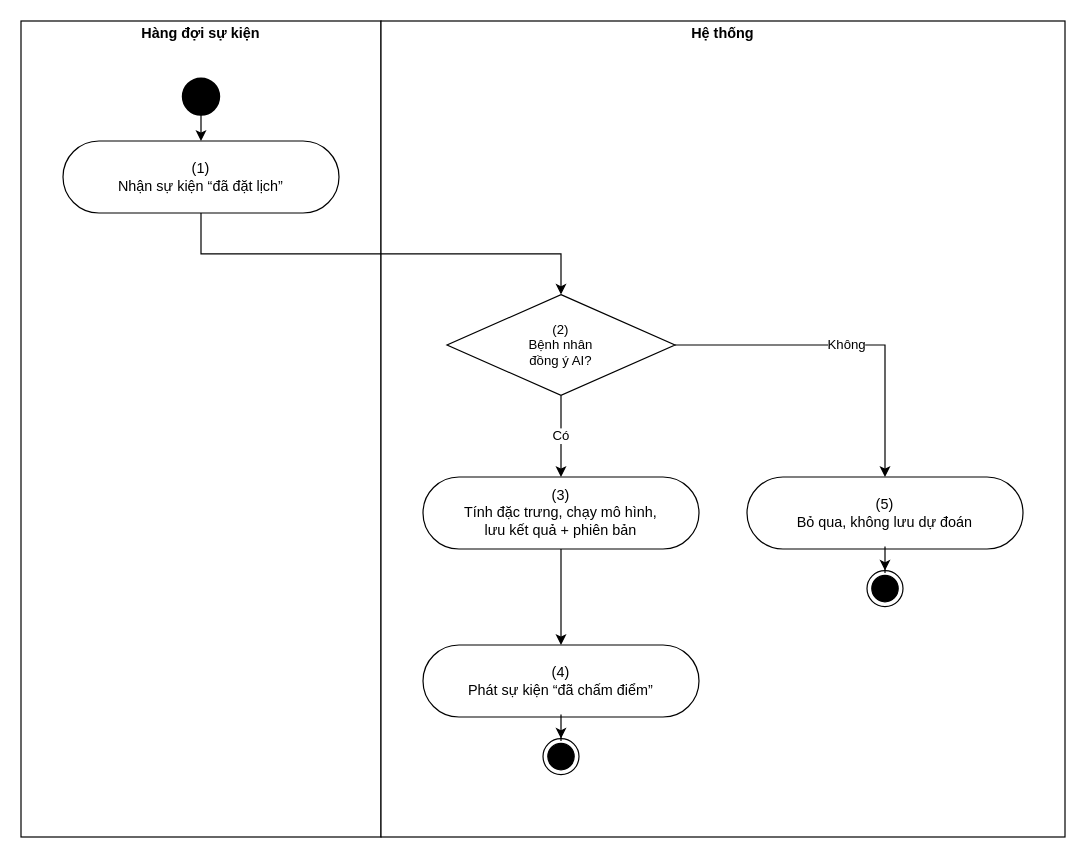
This is page "UC 53 Predict the no-show risk" (4 of 8) of docs/02-requirements/srs/dist/diagrams/10-activity-system.drawio from viethung12062005/smart-hospital-platform, a draw.io file, before an edit. Source tidied: cells renumbered, new cells numbered last; positions are measured from the earlier drawing's top-left corner, leaving out a move shared by most shapes. Both pictures are drawn from the tidied source at 120%, with x=0, y=0 at pixel (20, 20).
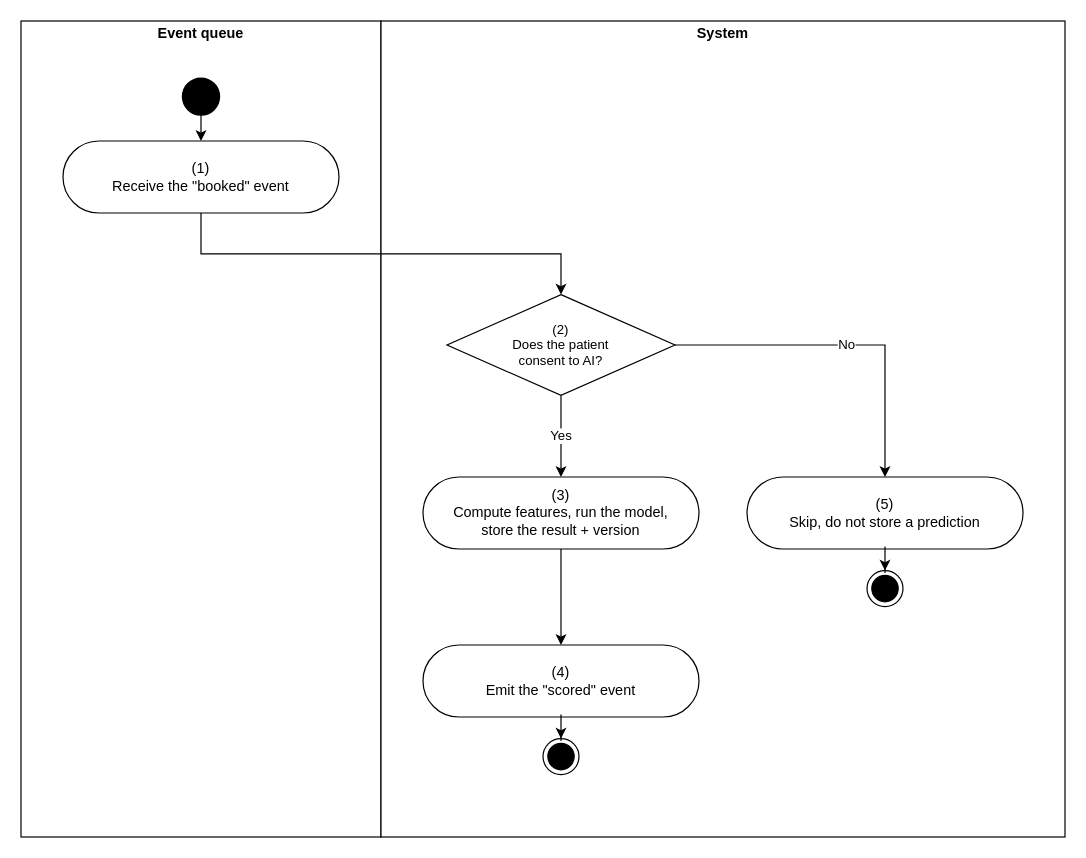
After the change.

Change to the diagram source:
```diff
@@
 <mxGraphModel>
   <root>
     <mxCell id="0" />
     <mxCell id="1" parent="0" />
-    <mxCell id="2" value="&lt;p style=&quot;margin:0px;margin-top:4px;text-align:center&quot;&gt;&lt;b&gt;Hàng đợi sự kiện&lt;/b&gt;&lt;/p&gt;" style="verticalAlign=top;align=left;overflow=fill;fontSize=12;fontFamily=Helvetica;html=1;rounded=0;shadow=0;strokeColor=#000000;gradientColor=none;whiteSpace=wrap;" parent="1" vertex="1">
+    <mxCell id="2" value="&lt;p style=&quot;margin:0px;margin-top:4px;text-align:center&quot;&gt;&lt;b&gt;Event queue&lt;/b&gt;&lt;/p&gt;" style="verticalAlign=top;align=left;overflow=fill;fontSize=12;fontFamily=Helvetica;html=1;rounded=0;shadow=0;strokeColor=#000000;gradientColor=none;whiteSpace=wrap;" parent="1" vertex="1">
       <mxGeometry width="300" height="680" as="geometry" />
     </mxCell>
-    <mxCell id="3" value="&lt;p style=&quot;margin:0px;margin-top:4px;text-align:center&quot;&gt;&lt;b&gt;Hệ thống&lt;/b&gt;&lt;/p&gt;" style="verticalAlign=top;align=left;overflow=fill;fontSize=12;fontFamily=Helvetica;html=1;rounded=0;shadow=0;strokeColor=#000000;gradientColor=none;whiteSpace=wrap;" parent="1" vertex="1">
+    <mxCell id="3" value="&lt;p style=&quot;margin:0px;margin-top:4px;text-align:center&quot;&gt;&lt;b&gt;System&lt;/b&gt;&lt;/p&gt;" style="verticalAlign=top;align=left;overflow=fill;fontSize=12;fontFamily=Helvetica;html=1;rounded=0;shadow=0;strokeColor=#000000;gradientColor=none;whiteSpace=wrap;" parent="1" vertex="1">
       <mxGeometry x="300" width="570" height="680" as="geometry" />
     </mxCell>
-    <mxCell id="4" value="(1)&lt;br&gt;Nhận sự kiện “đã đặt lịch”" style="html=1;dashed=0;whitespace=wrap;shape=mxgraph.dfd.start;rounded=0;shadow=0;strokeColor=#000000;gradientColor=none;whiteSpace=wrap;fontSize=12;" parent="1" vertex="1">
+    <mxCell id="4" value="(1)&lt;br&gt;Receive the &amp;quot;booked&amp;quot; event" style="html=1;dashed=0;whitespace=wrap;shape=mxgraph.dfd.start;rounded=0;shadow=0;strokeColor=#000000;gradientColor=none;whiteSpace=wrap;fontSize=12;" parent="1" vertex="1">
       <mxGeometry x="35" y="100" width="230" height="60" as="geometry" />
     </mxCell>
-    <mxCell id="5" value="(2)&lt;br&gt;Bệnh nhân&lt;br&gt;đồng ý AI?" style="rhombus;html=1;whiteSpace=wrap;strokeColor=#000000;fontSize=11;" parent="1" vertex="1">
+    <mxCell id="5" value="(2)&lt;br&gt;Does the patient&lt;br&gt;consent to AI?" style="rhombus;html=1;whiteSpace=wrap;strokeColor=#000000;fontSize=11;" parent="1" vertex="1">
       <mxGeometry x="355" y="228" width="190" height="84" as="geometry" />
     </mxCell>
-    <mxCell id="6" value="(3)&lt;br&gt;Tính đặc trưng, chạy mô hình,&lt;br&gt;lưu kết quả + phiên bản" style="html=1;dashed=0;whitespace=wrap;shape=mxgraph.dfd.start;rounded=0;shadow=0;strokeColor=#000000;gradientColor=none;whiteSpace=wrap;fontSize=12;" parent="1" vertex="1">
+    <mxCell id="6" value="(3)&lt;br&gt;Compute features, run the model,&lt;br&gt;store the result + version" style="html=1;dashed=0;whitespace=wrap;shape=mxgraph.dfd.start;rounded=0;shadow=0;strokeColor=#000000;gradientColor=none;whiteSpace=wrap;fontSize=12;" parent="1" vertex="1">
       <mxGeometry x="335" y="380" width="230" height="60" as="geometry" />
     </mxCell>
-    <mxCell id="7" value="(4)&lt;br&gt;Phát sự kiện “đã chấm điểm”" style="html=1;dashed=0;whitespace=wrap;shape=mxgraph.dfd.start;rounded=0;shadow=0;strokeColor=#000000;gradientColor=none;whiteSpace=wrap;fontSize=12;" parent="1" vertex="1">
+    <mxCell id="7" value="(4)&lt;br&gt;Emit the &amp;quot;scored&amp;quot; event" style="html=1;dashed=0;whitespace=wrap;shape=mxgraph.dfd.start;rounded=0;shadow=0;strokeColor=#000000;gradientColor=none;whiteSpace=wrap;fontSize=12;" parent="1" vertex="1">
       <mxGeometry x="335" y="520" width="230" height="60" as="geometry" />
     </mxCell>
-    <mxCell id="8" value="(5)&lt;br&gt;Bỏ qua, không lưu dự đoán" style="html=1;dashed=0;whitespace=wrap;shape=mxgraph.dfd.start;rounded=0;shadow=0;strokeColor=#000000;gradientColor=none;whiteSpace=wrap;fontSize=12;" parent="1" vertex="1">
+    <mxCell id="8" value="(5)&lt;br&gt;Skip, do not store a prediction" style="html=1;dashed=0;whitespace=wrap;shape=mxgraph.dfd.start;rounded=0;shadow=0;strokeColor=#000000;gradientColor=none;whiteSpace=wrap;fontSize=12;" parent="1" vertex="1">
       <mxGeometry x="605" y="380" width="230" height="60" as="geometry" />
     </mxCell>
     <mxCell id="9" style="strokeWidth=2;html=1;shape=mxgraph.flowchart.start_2;whiteSpace=wrap;rounded=0;shadow=0;gradientColor=none;fillColor=#000000;" parent="1" vertex="1">
       <mxGeometry x="135" y="48" width="30" height="30" as="geometry" />
     </mxCell>
     <mxCell id="10" style="edgeStyle=orthogonalEdgeStyle;rounded=0;jettySize=auto;html=1;" parent="1" edge="1" source="9" target="4">
       <mxGeometry relative="1" as="geometry" />
     </mxCell>
     <mxCell id="11" style="edgeStyle=orthogonalEdgeStyle;rounded=0;jettySize=auto;html=1;exitX=0.5;exitY=1;exitDx=0;exitDy=0;entryX=0.5;entryY=0;entryDx=0;entryDy=0;" parent="1" edge="1" source="4" target="5">
       <mxGeometry relative="1" as="geometry" />
     </mxCell>
-    <mxCell id="12" value="Có" style="edgeStyle=orthogonalEdgeStyle;rounded=0;jettySize=auto;html=1;exitX=0.5;exitY=1;exitDx=0;exitDy=0;entryX=0.5;entryY=0;entryDx=0;entryDy=0;" parent="1" edge="1" source="5" target="6">
+    <mxCell id="12" value="Yes" style="edgeStyle=orthogonalEdgeStyle;rounded=0;jettySize=auto;html=1;exitX=0.5;exitY=1;exitDx=0;exitDy=0;entryX=0.5;entryY=0;entryDx=0;entryDy=0;" parent="1" edge="1" source="5" target="6">
       <mxGeometry relative="1" as="geometry" />
     </mxCell>
-    <mxCell id="13" value="Không" style="edgeStyle=orthogonalEdgeStyle;rounded=0;jettySize=auto;html=1;exitX=1;exitY=0.5;exitDx=0;exitDy=0;entryX=0.5;entryY=0;entryDx=0;entryDy=0;" parent="1" edge="1" source="5" target="8">
+    <mxCell id="13" value="No" style="edgeStyle=orthogonalEdgeStyle;rounded=0;jettySize=auto;html=1;exitX=1;exitY=0.5;exitDx=0;exitDy=0;entryX=0.5;entryY=0;entryDx=0;entryDy=0;" parent="1" edge="1" source="5" target="8">
       <mxGeometry relative="1" as="geometry" />
     </mxCell>
     <mxCell id="14" style="edgeStyle=orthogonalEdgeStyle;rounded=0;jettySize=auto;html=1;exitX=0.5;exitY=1;exitDx=0;exitDy=0;entryX=0.5;entryY=0;entryDx=0;entryDy=0;" parent="1" edge="1" source="6" target="7">
       <mxGeometry relative="1" as="geometry" />
     </mxCell>
     <mxCell id="15" style="ellipse;html=1;shape=endState;fillColor=#000000;rounded=0;shadow=0;whiteSpace=wrap;" parent="1" vertex="1">
       <mxGeometry x="435" y="598" width="30" height="30" as="geometry" />
     </mxCell>
     <mxCell id="16" style="edgeStyle=orthogonalEdgeStyle;rounded=0;jettySize=auto;html=1;" parent="1" edge="1" source="7" target="15">
       <mxGeometry relative="1" as="geometry" />
     </mxCell>
     <mxCell id="17" style="ellipse;html=1;shape=endState;fillColor=#000000;rounded=0;shadow=0;whiteSpace=wrap;" parent="1" vertex="1">
       <mxGeometry x="705" y="458" width="30" height="30" as="geometry" />
     </mxCell>
     <mxCell id="18" style="edgeStyle=orthogonalEdgeStyle;rounded=0;jettySize=auto;html=1;" parent="1" edge="1" source="8" target="17">
       <mxGeometry relative="1" as="geometry" />
     </mxCell>
   </root>
 </mxGraphModel>
```
